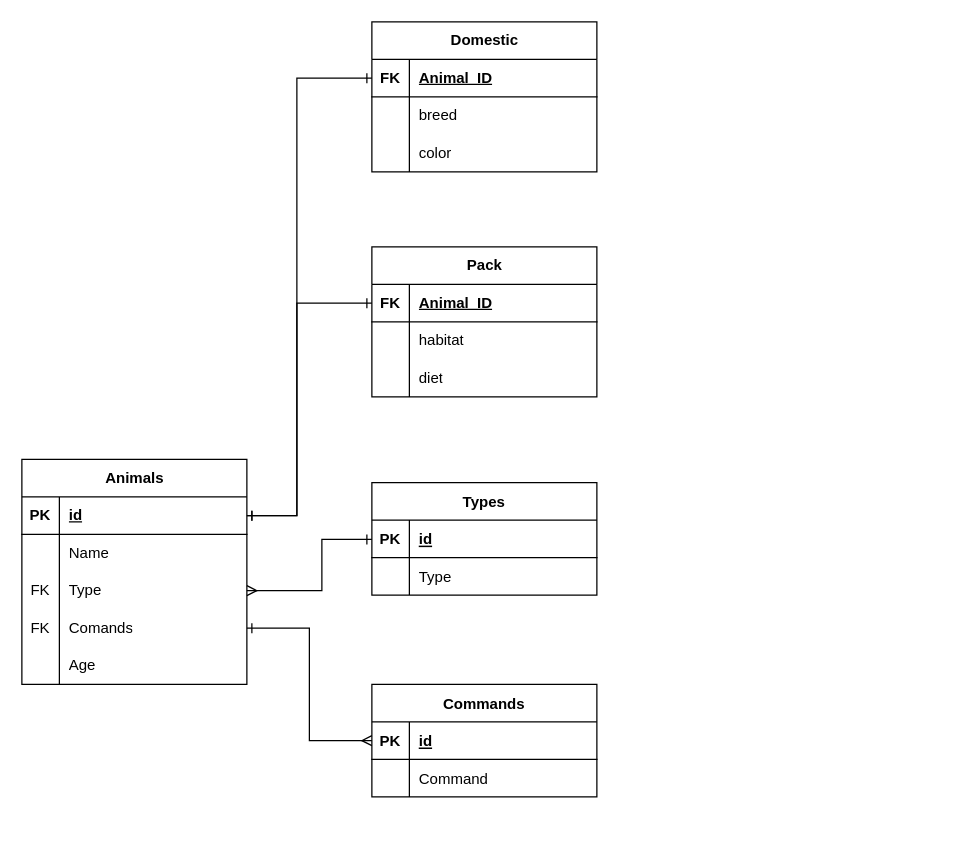
The draw.io diagram DataBase_scheme.drawio in AllIWantAreNotAvailable/GeekBrains_FinalAttestationOfTheSpecializationBlock, before the edit. Source tidied: cells renumbered, new cells numbered last; positions are measured from the earlier drawing's top-left corner, leaving out a move shared by most shapes. Both pictures are drawn from the tidied source at 125%, with x=0, y=0 at pixel (21, 21).
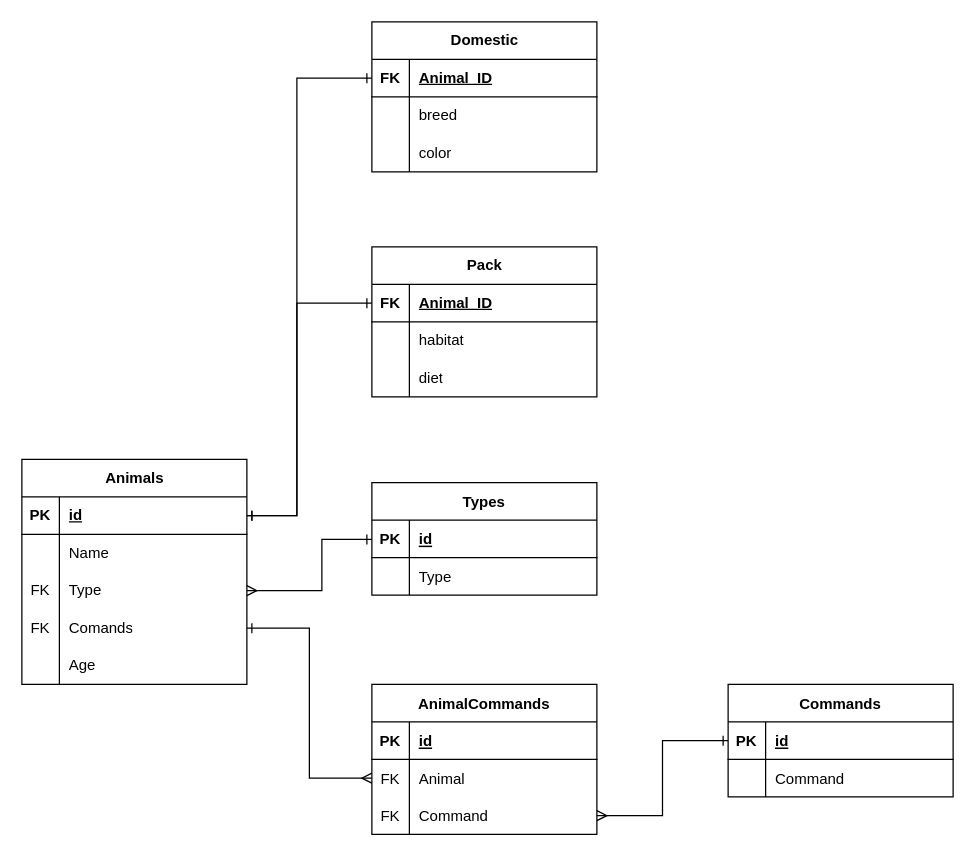
Above is the later version.

Commit message:
Change relation Animal -> Commands from OtoM to MtoM

Unchanged cells that the change refers to:
```xml
<mxCell id="32" style="shape=tableRow;horizontal=0;startSize=0;swimlaneHead=0;swimlaneBody=0;fillColor=none;points=[[0,0.5],[1,0.5]];portConstraint=eastwest;top=0;left=0;right=0;bottom=0;" parent="22" vertex="1">
  <mxGeometry y="120" width="180" height="30" as="geometry" />
</mxCell>
<mxCell id="49" style="shape=tableRow;horizontal=0;startSize=0;swimlaneHead=0;swimlaneBody=0;fillColor=none;points=[[0,0.5],[1,0.5]];portConstraint=eastwest;top=0;left=0;right=0;bottom=1;" parent="48" vertex="1">
  <mxGeometry y="30" width="180" height="30" as="geometry" />
</mxCell>
```

The edit, as a diff of the source:
```diff
@@
-    <mxCell id="48" value="Commands" style="shape=table;startSize=30;childLayout=tableLayout;rowLines=0;fontStyle=1;align=center;" parent="1" vertex="1">
-      <mxGeometry x="280" y="530" width="180" height="90" as="geometry" />
+    <mxCell id="48" value="AnimalCommands" style="shape=table;startSize=30;childLayout=tableLayout;rowLines=0;fontStyle=1;align=center;" parent="1" vertex="1">
+      <mxGeometry x="280" y="530" width="180" height="120" as="geometry" />
     </mxCell>
@@
+    <mxCell id="56" style="shape=tableRow;horizontal=0;startSize=0;swimlaneHead=0;swimlaneBody=0;fillColor=none;points=[[0,0.5],[1,0.5]];portConstraint=eastwest;top=0;left=0;right=0;bottom=0;" parent="48" vertex="1">
+      <mxGeometry y="60" width="180" height="30" as="geometry" />
+    </mxCell>
+    <mxCell id="57" value="FK" style="shape=partialRectangle;fillColor=none;top=0;left=0;bottom=0;right=0;overflow=hidden;" parent="56" vertex="1">
+      <mxGeometry width="30" height="30" as="geometry" />
+    </mxCell>
+    <mxCell id="58" value="Animal" style="shape=partialRectangle;fillColor=none;top=0;left=0;bottom=0;right=0;align=left;spacingLeft=6;overflow=hidden;" parent="56" vertex="1">
+      <mxGeometry x="30" width="150" height="30" as="geometry" />
+    </mxCell>
     <mxCell id="52" style="shape=tableRow;horizontal=0;startSize=0;swimlaneHead=0;swimlaneBody=0;fillColor=none;points=[[0,0.5],[1,0.5]];portConstraint=eastwest;top=0;left=0;right=0;bottom=0;" parent="48" vertex="1">
-      <mxGeometry y="60" width="180" height="30" as="geometry" />
+      <mxGeometry y="90" width="180" height="30" as="geometry" />
     </mxCell>
-    <mxCell id="53" style="shape=partialRectangle;fillColor=none;top=0;left=0;bottom=0;right=0;overflow=hidden;" parent="52" vertex="1">
+    <mxCell id="53" value="FK" style="shape=partialRectangle;fillColor=none;top=0;left=0;bottom=0;right=0;overflow=hidden;" parent="52" vertex="1">
       <mxGeometry width="30" height="30" as="geometry" />
     </mxCell>
@@
-    <mxCell id="55" style="edgeStyle=orthogonalEdgeStyle;rounded=0;jettySize=auto;html=1;entryX=0;entryY=0.5;entryDx=0;entryDy=0;startArrow=ERone;startFill=0;endArrow=ERmany;endFill=0;" parent="1" edge="1" source="32" target="49">
+    <mxCell id="55" style="edgeStyle=orthogonalEdgeStyle;rounded=0;jettySize=auto;html=1;entryX=0;entryY=0.5;entryDx=0;entryDy=0;startArrow=ERone;startFill=0;endArrow=ERmany;endFill=0;" parent="1" edge="1" source="32" target="56">
       <mxGeometry relative="1" as="geometry" />
     </mxCell>
+    <mxCell id="59" value="Commands" style="shape=table;startSize=30;childLayout=tableLayout;rowLines=0;fontStyle=1;align=center;" parent="1" vertex="1">
+      <mxGeometry x="565" y="530" width="180" height="90" as="geometry" />
+    </mxCell>
+    <mxCell id="60" style="shape=tableRow;horizontal=0;startSize=0;swimlaneHead=0;swimlaneBody=0;fillColor=none;points=[[0,0.5],[1,0.5]];portConstraint=eastwest;top=0;left=0;right=0;bottom=1;" parent="59" vertex="1">
+      <mxGeometry y="30" width="180" height="30" as="geometry" />
+    </mxCell>
+    <mxCell id="61" value="PK" style="shape=partialRectangle;fillColor=none;top=0;left=0;bottom=0;right=0;fontStyle=1;overflow=hidden;" parent="60" vertex="1">
+      <mxGeometry width="30" height="30" as="geometry" />
+    </mxCell>
+    <mxCell id="62" value="id" style="shape=partialRectangle;fillColor=none;top=0;left=0;bottom=0;right=0;align=left;spacingLeft=6;fontStyle=5;overflow=hidden;" parent="60" vertex="1">
+      <mxGeometry x="30" width="150" height="30" as="geometry" />
+    </mxCell>
+    <mxCell id="63" style="shape=tableRow;horizontal=0;startSize=0;swimlaneHead=0;swimlaneBody=0;fillColor=none;top=0;left=0;right=0;bottom=0;" parent="59" vertex="1">
+      <mxGeometry y="60" width="180" height="30" as="geometry" />
+    </mxCell>
+    <mxCell id="64" style="shape=partialRectangle;fillColor=none;top=0;left=0;bottom=0;right=0;overflow=hidden;" parent="63" vertex="1">
+      <mxGeometry width="30" height="30" as="geometry" />
+    </mxCell>
+    <mxCell id="65" value="Command" style="shape=partialRectangle;fillColor=none;top=0;left=0;bottom=0;right=0;align=left;spacingLeft=6;overflow=hidden;" parent="63" vertex="1">
+      <mxGeometry x="30" width="150" height="30" as="geometry" />
+    </mxCell>
+    <mxCell id="66" style="edgeStyle=orthogonalEdgeStyle;rounded=0;jettySize=auto;html=1;entryX=0;entryY=0.5;entryDx=0;entryDy=0;startArrow=ERmany;startFill=0;endArrow=ERone;endFill=0;" parent="1" edge="1" source="52" target="60">
+      <mxGeometry relative="1" as="geometry" />
+    </mxCell>
```
